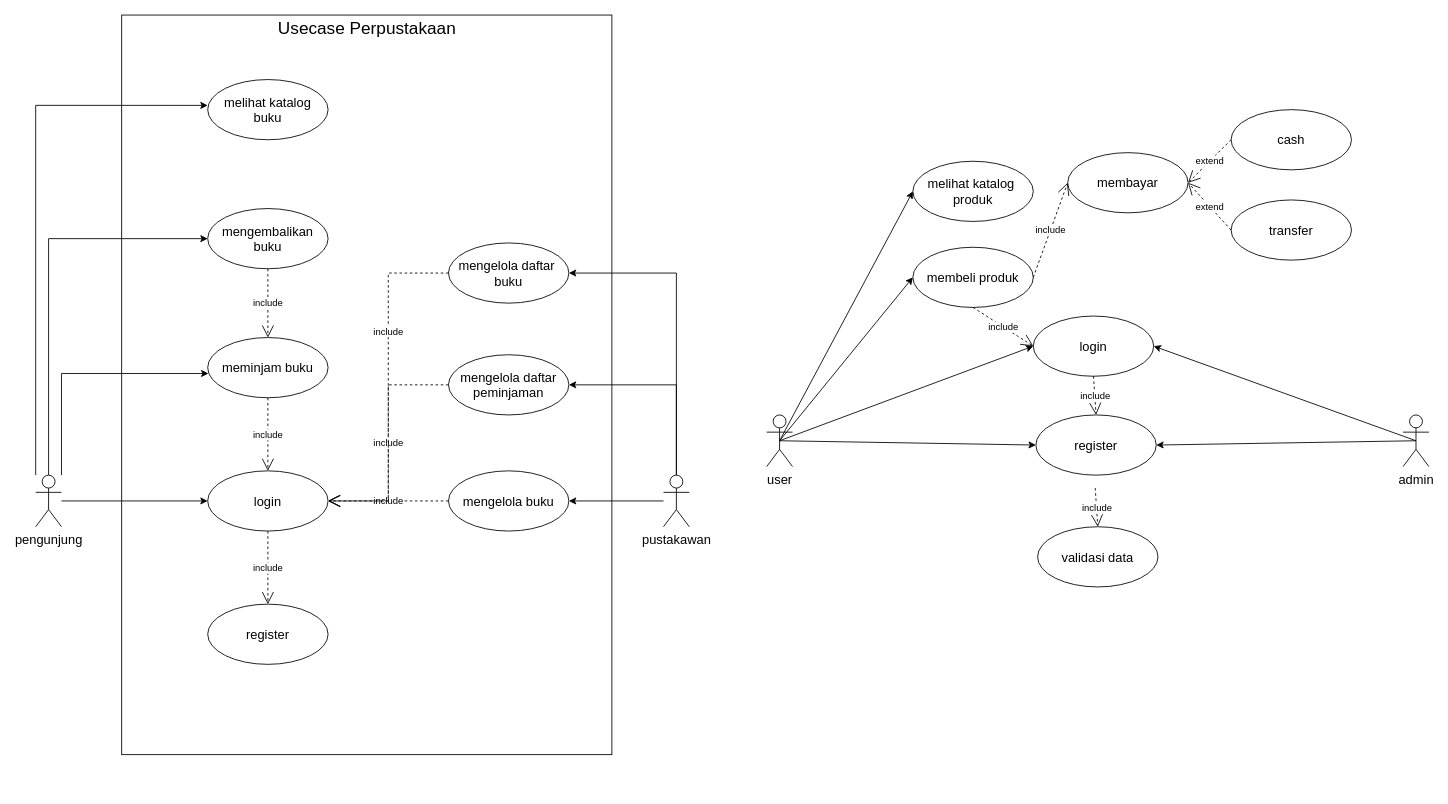
Above: Use-Case-Diagram-Ecommerce.drawio in zerocode0806/Flowchart-E-Comerce-Elektronik (draw.io), before the change. Source tidied: cells renumbered, new cells numbered last; positions are measured from the earlier drawing's top-left corner, leaving out a move shared by most shapes. Both pictures are drawn from the tidied source at 86%, with x=0, y=0 at pixel (35, 15).
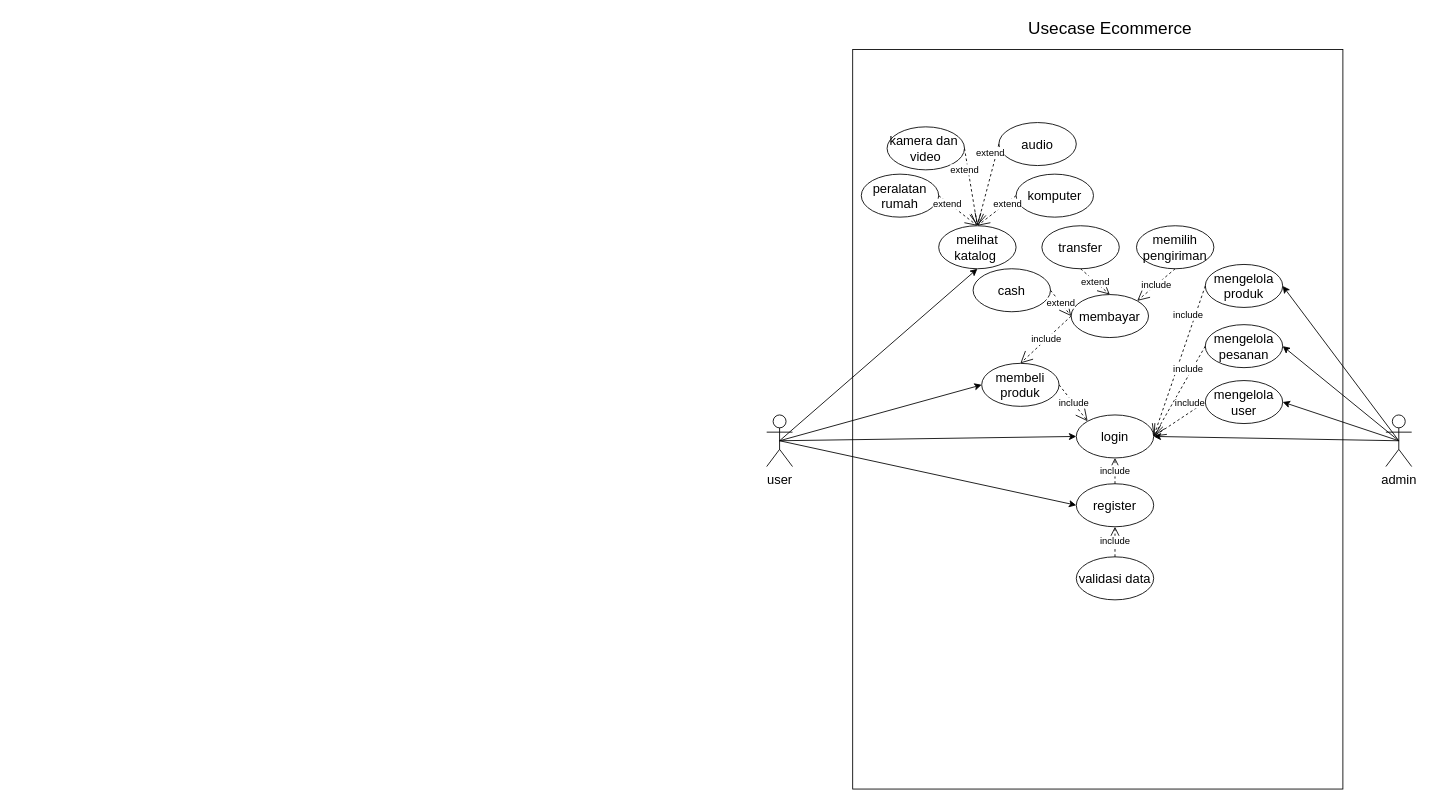
The same diagram, later.

Unchanged cells that the change refers to:
```xml
<mxCell id="27" value="user" style="shape=umlActor;verticalLabelPosition=bottom;verticalAlign=top;html=1;fontSize=15;" parent="1" vertex="1">
  <mxGeometry x="850" y="465" width="30" height="60" as="geometry" />
</mxCell>
```

What changed in the source:
```diff
@@
-    <mxCell id="2" style="rounded=0;whiteSpace=wrap;html=1;" parent="1" vertex="1">
-      <mxGeometry x="100" width="570" height="860" as="geometry" />
-    </mxCell>
-    <mxCell id="3" style="edgeStyle=orthogonalEdgeStyle;rounded=0;jettySize=auto;html=1;" parent="1" edge="1" source="5" target="6">
-      <mxGeometry relative="1" as="geometry" />
-    </mxCell>
-    <mxCell id="4" style="edgeStyle=orthogonalEdgeStyle;rounded=0;jettySize=auto;html=1;entryX=0;entryY=0.5;entryDx=0;entryDy=0;" parent="1" edge="1" source="5" target="11">
-      <mxGeometry relative="1" as="geometry">
-        <Array as="points">
-          <mxPoint x="15" y="260" />
-        </Array>
-      </mxGeometry>
-    </mxCell>
-    <mxCell id="5" value="pengunjung" style="shape=umlActor;verticalLabelPosition=bottom;verticalAlign=top;html=1;fontSize=15;" parent="1" vertex="1">
-      <mxGeometry y="535" width="30" height="60" as="geometry" />
-    </mxCell>
-    <mxCell id="6" value="login" style="ellipse;whiteSpace=wrap;html=1;fontSize=15;" parent="1" vertex="1">
-      <mxGeometry x="200" y="530" width="140" height="70" as="geometry" />
-    </mxCell>
-    <mxCell id="7" value="register" style="ellipse;whiteSpace=wrap;html=1;fontSize=15;" parent="1" vertex="1">
-      <mxGeometry x="200" y="685" width="140" height="70" as="geometry" />
-    </mxCell>
-    <mxCell id="8" value="meminjam buku" style="ellipse;whiteSpace=wrap;html=1;fontSize=15;" parent="1" vertex="1">
-      <mxGeometry x="200" y="375" width="140" height="70" as="geometry" />
-    </mxCell>
-    <mxCell id="9" value="include" style="endArrow=open;endSize=12;dashed=1;html=1;rounded=0;exitX=0.5;exitY=1;exitDx=0;exitDy=0;entryX=0.5;entryY=0;entryDx=0;entryDy=0;" parent="1" edge="1" source="6" target="7">
-      <mxGeometry relative="1" as="geometry" />
-    </mxCell>
-    <mxCell id="10" value="include" style="endArrow=open;endSize=12;dashed=1;html=1;rounded=0;exitX=0.5;exitY=1;exitDx=0;exitDy=0;entryX=0.5;entryY=0;entryDx=0;entryDy=0;" parent="1" edge="1" source="8" target="6">
-      <mxGeometry relative="1" as="geometry" />
-    </mxCell>
-    <mxCell id="11" value="mengembalikan&lt;div&gt;buku&lt;/div&gt;" style="ellipse;whiteSpace=wrap;html=1;fontSize=15;" parent="1" vertex="1">
-      <mxGeometry x="200" y="225" width="140" height="70" as="geometry" />
-    </mxCell>
-    <mxCell id="12" style="edgeStyle=orthogonalEdgeStyle;rounded=0;jettySize=auto;html=1;entryX=1;entryY=0.5;entryDx=0;entryDy=0;" parent="1" edge="1" source="15" target="16">
-      <mxGeometry relative="1" as="geometry" />
-    </mxCell>
-    <mxCell id="13" style="edgeStyle=orthogonalEdgeStyle;rounded=0;jettySize=auto;html=1;entryX=1;entryY=0.5;entryDx=0;entryDy=0;" parent="1" edge="1" source="15" target="22">
-      <mxGeometry relative="1" as="geometry">
-        <Array as="points">
-          <mxPoint x="745" y="430" />
-        </Array>
-      </mxGeometry>
-    </mxCell>
-    <mxCell id="14" style="edgeStyle=orthogonalEdgeStyle;rounded=0;jettySize=auto;html=1;entryX=1;entryY=0.5;entryDx=0;entryDy=0;" parent="1" edge="1" source="15" target="24">
-      <mxGeometry relative="1" as="geometry">
-        <Array as="points">
-          <mxPoint x="745" y="300" />
-        </Array>
-      </mxGeometry>
-    </mxCell>
-    <mxCell id="15" value="pustakawan" style="shape=umlActor;verticalLabelPosition=bottom;verticalAlign=top;html=1;fontSize=15;" parent="1" vertex="1">
-      <mxGeometry x="730" y="535" width="30" height="60" as="geometry" />
-    </mxCell>
-    <mxCell id="16" value="mengelola buku" style="ellipse;whiteSpace=wrap;html=1;fontSize=15;" parent="1" vertex="1">
-      <mxGeometry x="480" y="530" width="140" height="70" as="geometry" />
-    </mxCell>
-    <mxCell id="17" style="edgeStyle=orthogonalEdgeStyle;rounded=0;jettySize=auto;html=1;entryX=0.006;entryY=0.597;entryDx=0;entryDy=0;entryPerimeter=0;" parent="1" edge="1" source="5" target="8">
-      <mxGeometry relative="1" as="geometry">
-        <Array as="points">
-          <mxPoint x="30" y="417" />
-        </Array>
-      </mxGeometry>
-    </mxCell>
-    <mxCell id="18" value="include" style="endArrow=open;endSize=12;dashed=1;html=1;rounded=0;exitX=0;exitY=0.5;exitDx=0;exitDy=0;entryX=1;entryY=0.5;entryDx=0;entryDy=0;" parent="1" edge="1" source="16" target="6">
-      <mxGeometry relative="1" as="geometry" />
-    </mxCell>
-    <mxCell id="19" value="include" style="endArrow=open;endSize=12;dashed=1;html=1;rounded=0;exitX=0.5;exitY=1;exitDx=0;exitDy=0;entryX=0.5;entryY=0;entryDx=0;entryDy=0;" parent="1" edge="1" source="11" target="8">
-      <mxGeometry relative="1" as="geometry" />
-    </mxCell>
-    <mxCell id="20" value="melihat katalog&lt;div&gt;buku&lt;/div&gt;" style="ellipse;whiteSpace=wrap;html=1;fontSize=15;" parent="1" vertex="1">
-      <mxGeometry x="200" y="75" width="140" height="70" as="geometry" />
-    </mxCell>
-    <mxCell id="21" style="edgeStyle=orthogonalEdgeStyle;rounded=0;jettySize=auto;html=1;entryX=0;entryY=0.429;entryDx=0;entryDy=0;entryPerimeter=0;" parent="1" edge="1" source="5" target="20">
-      <mxGeometry relative="1" as="geometry">
-        <Array as="points">
-          <mxPoint y="105" />
-        </Array>
-      </mxGeometry>
-    </mxCell>
-    <mxCell id="22" value="mengelola daftar&lt;div&gt;peminjaman&lt;/div&gt;" style="ellipse;whiteSpace=wrap;html=1;fontSize=15;" parent="1" vertex="1">
-      <mxGeometry x="480" y="395" width="140" height="70" as="geometry" />
-    </mxCell>
-    <mxCell id="23" value="include" style="endArrow=open;endSize=12;dashed=1;html=1;rounded=0;exitX=0;exitY=0.5;exitDx=0;exitDy=0;entryX=1;entryY=0.5;entryDx=0;entryDy=0;" parent="1" edge="1" source="22" target="6">
-      <mxGeometry relative="1" as="geometry">
-        <Array as="points">
-          <mxPoint x="410" y="430" />
-          <mxPoint x="410" y="565" />
-        </Array>
-      </mxGeometry>
-    </mxCell>
-    <mxCell id="24" value="mengelola daftar&amp;nbsp;&lt;div&gt;buku&lt;/div&gt;" style="ellipse;whiteSpace=wrap;html=1;fontSize=15;" parent="1" vertex="1">
-      <mxGeometry x="480" y="265" width="140" height="70" as="geometry" />
-    </mxCell>
-    <mxCell id="25" value="include" style="endArrow=open;endSize=12;dashed=1;html=1;rounded=0;exitX=0;exitY=0.5;exitDx=0;exitDy=0;" parent="1" edge="1" source="24">
-      <mxGeometry x="-0.32" relative="1" as="geometry">
-        <mxPoint x="340" y="565" as="targetPoint" />
-        <Array as="points">
-          <mxPoint x="410" y="300" />
-          <mxPoint x="410" y="565" />
-        </Array>
-      </mxGeometry>
-    </mxCell>
-    <mxCell id="26" value="Usecase Perpustakaan" style="text;html=1;whiteSpace=wrap;strokeColor=none;fillColor=none;align=center;verticalAlign=middle;rounded=0;fontSize=20;" parent="1" vertex="1">
-      <mxGeometry x="268" width="235" height="30" as="geometry" />
-    </mxCell>
+    <mxCell id="49" style="rounded=0;whiteSpace=wrap;html=1;" parent="1" vertex="1">
+      <mxGeometry x="950" y="40" width="570" height="860" as="geometry" />
+    </mxCell>
@@
     <mxCell id="28" value="admin" style="shape=umlActor;verticalLabelPosition=bottom;verticalAlign=top;html=1;fontSize=15;" parent="1" vertex="1">
-      <mxGeometry x="1590" y="465" width="30" height="60" as="geometry" />
+      <mxGeometry x="1570" y="465" width="30" height="60" as="geometry" />
     </mxCell>
     <mxCell id="29" value="login" style="ellipse;whiteSpace=wrap;html=1;fontSize=15;" parent="1" vertex="1">
-      <mxGeometry x="1160" y="350" width="140" height="70" as="geometry" />
+      <mxGeometry x="1210" y="465" width="90" height="50" as="geometry" />
     </mxCell>
     <mxCell id="30" value="register" style="ellipse;whiteSpace=wrap;html=1;fontSize=15;" parent="1" vertex="1">
-      <mxGeometry x="1163" y="465" width="140" height="70" as="geometry" />
+      <mxGeometry x="1210" y="545" width="90" height="50" as="geometry" />
     </mxCell>
     <mxCell id="31" value="validasi data" style="ellipse;whiteSpace=wrap;html=1;fontSize=15;" parent="1" vertex="1">
-      <mxGeometry x="1165" y="595" width="140" height="70" as="geometry" />
+      <mxGeometry x="1210" y="630" width="90" height="50" as="geometry" />
     </mxCell>
+    <mxCell id="38" value="membeli produk" style="ellipse;whiteSpace=wrap;html=1;fontSize=15;" parent="1" vertex="1">
+      <mxGeometry x="1100" y="405" width="90" height="50" as="geometry" />
+    </mxCell>
+    <mxCell id="39" value="membayar" style="ellipse;whiteSpace=wrap;html=1;fontSize=15;" parent="1" vertex="1">
+      <mxGeometry x="1204" y="325" width="90" height="50" as="geometry" />
+    </mxCell>
+    <mxCell id="43" value="cash" style="ellipse;whiteSpace=wrap;html=1;fontSize=15;" parent="1" vertex="1">
+      <mxGeometry x="1090" y="295" width="90" height="50" as="geometry" />
+    </mxCell>
+    <mxCell id="44" value="transfer" style="ellipse;whiteSpace=wrap;html=1;fontSize=15;" parent="1" vertex="1">
+      <mxGeometry x="1170" y="245" width="90" height="50" as="geometry" />
+    </mxCell>
+    <mxCell id="47" value="melihat katalog&amp;nbsp;" style="ellipse;whiteSpace=wrap;html=1;fontSize=15;" parent="1" vertex="1">
+      <mxGeometry x="1050" y="245" width="90" height="50" as="geometry" />
+    </mxCell>
+    <mxCell id="50" value="peralatan rumah" style="ellipse;whiteSpace=wrap;html=1;fontSize=15;" parent="1" vertex="1">
+      <mxGeometry x="960" y="185" width="90" height="50" as="geometry" />
+    </mxCell>
+    <mxCell id="51" value="komputer" style="ellipse;whiteSpace=wrap;html=1;fontSize=15;" parent="1" vertex="1">
+      <mxGeometry x="1140" y="185" width="90" height="50" as="geometry" />
+    </mxCell>
+    <mxCell id="52" value="kamera dan&amp;nbsp;&lt;div&gt;video&lt;/div&gt;" style="ellipse;whiteSpace=wrap;html=1;fontSize=15;" parent="1" vertex="1">
+      <mxGeometry x="990" y="130" width="90" height="50" as="geometry" />
+    </mxCell>
+    <mxCell id="53" value="audio" style="ellipse;whiteSpace=wrap;html=1;fontSize=15;" parent="1" vertex="1">
+      <mxGeometry x="1120" y="125" width="90" height="50" as="geometry" />
+    </mxCell>
+    <mxCell id="54" value="mengelola produk" style="ellipse;whiteSpace=wrap;html=1;fontSize=15;" parent="1" vertex="1">
+      <mxGeometry x="1360" y="290" width="90" height="50" as="geometry" />
+    </mxCell>
+    <mxCell id="55" value="extend" style="endArrow=open;endSize=12;dashed=1;html=1;rounded=0;entryX=0.5;entryY=0;entryDx=0;entryDy=0;exitX=1;exitY=0.5;exitDx=0;exitDy=0;" parent="1" edge="1" source="50" target="47">
+      <mxGeometry x="-0.51" y="-2" relative="1" as="geometry" />
+    </mxCell>
+    <mxCell id="56" value="extend" style="endArrow=open;endSize=12;dashed=1;html=1;rounded=0;entryX=0.5;entryY=0;entryDx=0;entryDy=0;exitX=1;exitY=0.5;exitDx=0;exitDy=0;" parent="1" edge="1" source="52" target="47">
+      <mxGeometry x="-0.46" y="-4" relative="1" as="geometry" />
+    </mxCell>
+    <mxCell id="57" value="extend" style="endArrow=open;endSize=12;dashed=1;html=1;rounded=0;entryX=0.5;entryY=0;entryDx=0;entryDy=0;exitX=0;exitY=0.5;exitDx=0;exitDy=0;" parent="1" edge="1" source="53" target="47">
+      <mxGeometry x="-0.75" y="-7" relative="1" as="geometry" />
+    </mxCell>
+    <mxCell id="58" value="extend" style="endArrow=open;endSize=12;dashed=1;html=1;rounded=0;entryX=0.5;entryY=0;entryDx=0;entryDy=0;exitX=0;exitY=0.5;exitDx=0;exitDy=0;" parent="1" edge="1" source="51" target="47">
+      <mxGeometry x="-0.51" y="2" relative="1" as="geometry" />
+    </mxCell>
+    <mxCell id="59" value="include" style="endArrow=open;endSize=12;dashed=1;html=1;rounded=0;exitX=0.5;exitY=0;exitDx=0;exitDy=0;entryX=0.5;entryY=1;entryDx=0;entryDy=0;" parent="1" edge="1" source="30" target="29">
+      <mxGeometry relative="1" as="geometry" />
+    </mxCell>
+    <mxCell id="60" value="include" style="endArrow=open;endSize=12;dashed=1;html=1;rounded=0;exitX=0.5;exitY=0;exitDx=0;exitDy=0;entryX=0.5;entryY=1;entryDx=0;entryDy=0;" parent="1" edge="1" source="31" target="30">
+      <mxGeometry relative="1" as="geometry" />
+    </mxCell>
+    <mxCell id="40" style="endArrow=classic;html=1;rounded=0;exitX=0.5;exitY=0.5;exitDx=0;exitDy=0;exitPerimeter=0;entryX=0;entryY=0.5;entryDx=0;entryDy=0;" parent="1" edge="1" source="27" target="38">
+      <mxGeometry relative="1" as="geometry" />
+    </mxCell>
+    <mxCell id="48" style="endArrow=classic;html=1;rounded=0;exitX=0.5;exitY=0.5;exitDx=0;exitDy=0;exitPerimeter=0;entryX=0.5;entryY=1;entryDx=0;entryDy=0;" parent="1" edge="1" source="27" target="47">
+      <mxGeometry relative="1" as="geometry" />
+    </mxCell>
-    <mxCell id="32" style="endArrow=classic;html=1;rounded=0;entryX=0;entryY=0.5;entryDx=0;entryDy=0;exitX=0.5;exitY=0.5;exitDx=0;exitDy=0;exitPerimeter=0;" parent="1" edge="1" source="27" target="29">
+    <mxCell id="32" style="endArrow=classic;html=1;rounded=0;exitX=0.5;exitY=0.5;exitDx=0;exitDy=0;exitPerimeter=0;entryX=0;entryY=0.5;entryDx=0;entryDy=0;" parent="1" edge="1" source="27" target="29">
       <mxGeometry relative="1" as="geometry" />
     </mxCell>
-    <mxCell id="33" style="endArrow=classic;html=1;rounded=0;entryX=0;entryY=0.5;entryDx=0;entryDy=0;exitX=0.5;exitY=0.5;exitDx=0;exitDy=0;exitPerimeter=0;" parent="1" edge="1" source="27" target="30">
+    <mxCell id="33" style="endArrow=classic;html=1;rounded=0;exitX=0.5;exitY=0.5;exitDx=0;exitDy=0;exitPerimeter=0;entryX=0;entryY=0.5;entryDx=0;entryDy=0;" parent="1" edge="1" source="27" target="30">
       <mxGeometry relative="1" as="geometry" />
     </mxCell>
-    <mxCell id="34" value="include" style="endArrow=open;endSize=12;dashed=1;html=1;rounded=0;entryX=0.5;entryY=0;entryDx=0;entryDy=0;exitX=0.5;exitY=1;exitDx=0;exitDy=0;" parent="1" edge="1" source="29" target="30">
-      <mxGeometry relative="1" as="geometry" />
-    </mxCell>
-    <mxCell id="35" value="include" style="endArrow=open;endSize=12;dashed=1;html=1;rounded=0;entryX=0.5;entryY=0;entryDx=0;entryDy=0;" parent="1" edge="1" target="31">
-      <mxGeometry relative="1" as="geometry">
-        <mxPoint x="1232" y="550" as="sourcePoint" />
-      </mxGeometry>
-    </mxCell>
-    <mxCell id="36" style="endArrow=classic;html=1;rounded=0;entryX=1;entryY=0.5;entryDx=0;entryDy=0;exitX=0.5;exitY=0.5;exitDx=0;exitDy=0;exitPerimeter=0;" parent="1" edge="1" source="28" target="29">
-      <mxGeometry relative="1" as="geometry" />
-    </mxCell>
-    <mxCell id="37" style="endArrow=classic;html=1;rounded=0;entryX=1;entryY=0.5;entryDx=0;entryDy=0;exitX=0.5;exitY=0.5;exitDx=0;exitDy=0;exitPerimeter=0;" parent="1" edge="1" source="28" target="30">
-      <mxGeometry relative="1" as="geometry" />
-    </mxCell>
-    <mxCell id="38" value="membeli produk" style="ellipse;whiteSpace=wrap;html=1;fontSize=15;" parent="1" vertex="1">
-      <mxGeometry x="1020" y="270" width="140" height="70" as="geometry" />
-    </mxCell>
-    <mxCell id="39" value="membayar" style="ellipse;whiteSpace=wrap;html=1;fontSize=15;" parent="1" vertex="1">
-      <mxGeometry x="1200" y="160" width="140" height="70" as="geometry" />
-    </mxCell>
-    <mxCell id="40" style="endArrow=classic;html=1;rounded=0;entryX=0;entryY=0.5;entryDx=0;entryDy=0;exitX=0.5;exitY=0.5;exitDx=0;exitDy=0;exitPerimeter=0;" parent="1" edge="1" source="27" target="38">
-      <mxGeometry relative="1" as="geometry" />
-    </mxCell>
-    <mxCell id="41" value="include" style="endArrow=open;endSize=12;dashed=1;html=1;rounded=0;entryX=0;entryY=0.5;entryDx=0;entryDy=0;exitX=1;exitY=0.5;exitDx=0;exitDy=0;" parent="1" edge="1" source="38" target="39">
-      <mxGeometry relative="1" as="geometry" />
-    </mxCell>
-    <mxCell id="42" value="include" style="endArrow=open;endSize=12;dashed=1;html=1;rounded=0;entryX=0;entryY=0.5;entryDx=0;entryDy=0;exitX=0.5;exitY=1;exitDx=0;exitDy=0;" parent="1" edge="1" source="38" target="29">
-      <mxGeometry relative="1" as="geometry" />
-    </mxCell>
-    <mxCell id="43" value="cash" style="ellipse;whiteSpace=wrap;html=1;fontSize=15;" parent="1" vertex="1">
-      <mxGeometry x="1390" y="110" width="140" height="70" as="geometry" />
-    </mxCell>
-    <mxCell id="44" value="transfer" style="ellipse;whiteSpace=wrap;html=1;fontSize=15;" parent="1" vertex="1">
-      <mxGeometry x="1390" y="215" width="140" height="70" as="geometry" />
-    </mxCell>
+    <mxCell id="61" value="include" style="endArrow=open;endSize=12;dashed=1;html=1;rounded=0;exitX=0;exitY=0.5;exitDx=0;exitDy=0;entryX=0.5;entryY=0;entryDx=0;entryDy=0;" parent="1" edge="1" source="39" target="38">
+      <mxGeometry relative="1" as="geometry" />
+    </mxCell>
-    <mxCell id="45" value="extend" style="endArrow=open;endSize=12;dashed=1;html=1;rounded=0;entryX=1;entryY=0.5;entryDx=0;entryDy=0;exitX=0;exitY=0.5;exitDx=0;exitDy=0;" parent="1" edge="1" source="44" target="39">
+    <mxCell id="45" value="extend" style="endArrow=open;endSize=12;dashed=1;html=1;rounded=0;entryX=0.5;entryY=0;entryDx=0;entryDy=0;exitX=0.5;exitY=1;exitDx=0;exitDy=0;" parent="1" edge="1" source="44" target="39">
       <mxGeometry relative="1" as="geometry" />
     </mxCell>
-    <mxCell id="46" value="extend" style="endArrow=open;endSize=12;dashed=1;html=1;rounded=0;entryX=1;entryY=0.5;entryDx=0;entryDy=0;exitX=0;exitY=0.5;exitDx=0;exitDy=0;" parent="1" edge="1" source="43" target="39">
+    <mxCell id="46" value="extend" style="endArrow=open;endSize=12;dashed=1;html=1;rounded=0;entryX=0;entryY=0.5;entryDx=0;entryDy=0;exitX=1;exitY=0.5;exitDx=0;exitDy=0;" parent="1" edge="1" source="43" target="39">
       <mxGeometry relative="1" as="geometry" />
     </mxCell>
-    <mxCell id="47" value="melihat katalog&amp;nbsp;&lt;div&gt;produk&lt;/div&gt;" style="ellipse;whiteSpace=wrap;html=1;fontSize=15;" parent="1" vertex="1">
-      <mxGeometry x="1020" y="170" width="140" height="70" as="geometry" />
-    </mxCell>
-    <mxCell id="48" style="endArrow=classic;html=1;rounded=0;entryX=0;entryY=0.5;entryDx=0;entryDy=0;exitX=0.5;exitY=0.5;exitDx=0;exitDy=0;exitPerimeter=0;" parent="1" edge="1" source="27" target="47">
-      <mxGeometry relative="1" as="geometry" />
-    </mxCell>
+    <mxCell id="62" value="mengelola pesanan" style="ellipse;whiteSpace=wrap;html=1;fontSize=15;" parent="1" vertex="1">
+      <mxGeometry x="1360" y="360" width="90" height="50" as="geometry" />
+    </mxCell>
+    <mxCell id="63" value="mengelola user" style="ellipse;whiteSpace=wrap;html=1;fontSize=15;" parent="1" vertex="1">
+      <mxGeometry x="1360" y="425" width="90" height="50" as="geometry" />
+    </mxCell>
+    <mxCell id="64" style="endArrow=classic;html=1;rounded=0;exitX=0.5;exitY=0.5;exitDx=0;exitDy=0;exitPerimeter=0;entryX=1;entryY=0.5;entryDx=0;entryDy=0;" parent="1" edge="1" source="28" target="54">
+      <mxGeometry relative="1" as="geometry" />
+    </mxCell>
+    <mxCell id="65" style="endArrow=classic;html=1;rounded=0;exitX=0.5;exitY=0.5;exitDx=0;exitDy=0;exitPerimeter=0;entryX=1;entryY=0.5;entryDx=0;entryDy=0;" parent="1" edge="1" source="28" target="62">
+      <mxGeometry relative="1" as="geometry" />
+    </mxCell>
+    <mxCell id="66" style="endArrow=classic;html=1;rounded=0;exitX=0.5;exitY=0.5;exitDx=0;exitDy=0;exitPerimeter=0;entryX=1;entryY=0.5;entryDx=0;entryDy=0;" parent="1" edge="1" source="28" target="63">
+      <mxGeometry relative="1" as="geometry" />
+    </mxCell>
+    <mxCell id="67" value="include" style="endArrow=open;endSize=12;dashed=1;html=1;rounded=0;exitX=0;exitY=0.5;exitDx=0;exitDy=0;entryX=1;entryY=0.5;entryDx=0;entryDy=0;" parent="1" edge="1" source="54" target="29">
+      <mxGeometry x="-0.58" y="-8" relative="1" as="geometry" />
+    </mxCell>
+    <mxCell id="68" value="include" style="endArrow=open;endSize=12;dashed=1;html=1;rounded=0;exitX=0;exitY=0.5;exitDx=0;exitDy=0;entryX=1;entryY=0.5;entryDx=0;entryDy=0;" parent="1" edge="1" source="62" target="29">
+      <mxGeometry x="-0.46" y="-4" relative="1" as="geometry" />
+    </mxCell>
+    <mxCell id="69" value="include" style="endArrow=open;endSize=12;dashed=1;html=1;rounded=0;exitX=0;exitY=0.5;exitDx=0;exitDy=0;entryX=1;entryY=0.5;entryDx=0;entryDy=0;" parent="1" edge="1" source="63" target="29">
+      <mxGeometry x="-0.55" y="-9" relative="1" as="geometry" />
+    </mxCell>
+    <mxCell id="36" style="endArrow=classic;html=1;rounded=0;exitX=0.5;exitY=0.5;exitDx=0;exitDy=0;exitPerimeter=0;entryX=1;entryY=0.5;entryDx=0;entryDy=0;" parent="1" edge="1" source="28" target="29">
+      <mxGeometry relative="1" as="geometry" />
+    </mxCell>
+    <mxCell id="42" value="include" style="endArrow=open;endSize=12;dashed=1;html=1;rounded=0;exitX=1;exitY=0.5;exitDx=0;exitDy=0;entryX=0;entryY=0;entryDx=0;entryDy=0;" parent="1" edge="1" source="38" target="29">
+      <mxGeometry relative="1" as="geometry" />
+    </mxCell>
+    <mxCell id="70" value="Usecase Ecommerce" style="text;html=1;whiteSpace=wrap;strokeColor=none;fillColor=none;align=center;verticalAlign=middle;rounded=0;fontSize=20;" parent="1" vertex="1">
+      <mxGeometry x="1131.5" width="235" height="30" as="geometry" />
+    </mxCell>
+    <mxCell id="71" value="memilih&lt;div&gt;pengiriman&lt;/div&gt;" style="ellipse;whiteSpace=wrap;html=1;fontSize=15;" parent="1" vertex="1">
+      <mxGeometry x="1280" y="245" width="90" height="50" as="geometry" />
+    </mxCell>
+    <mxCell id="72" value="include" style="endArrow=open;endSize=12;dashed=1;html=1;rounded=0;exitX=0.5;exitY=1;exitDx=0;exitDy=0;entryX=1;entryY=0;entryDx=0;entryDy=0;" parent="1" edge="1" source="71" target="39">
+      <mxGeometry relative="1" as="geometry" />
+    </mxCell>
```
